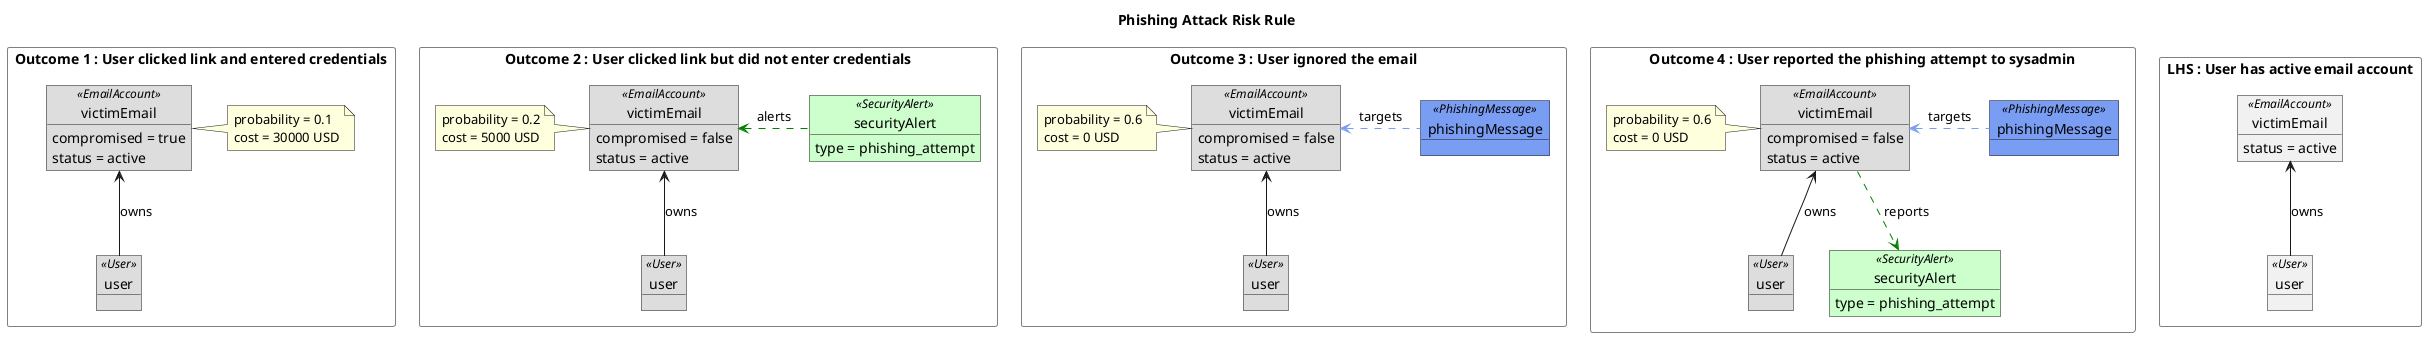
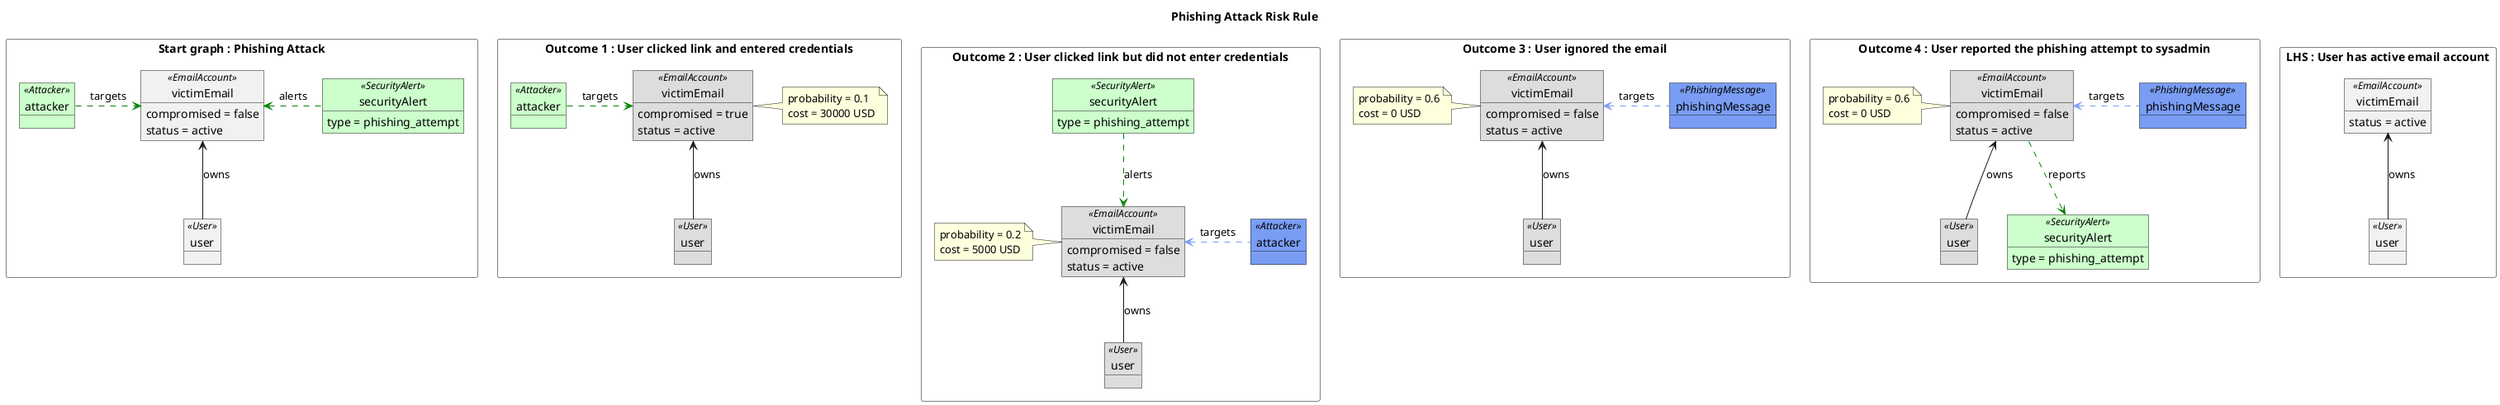
@startuml
title "Phishing Attack Risk Rule"


rectangle "LHS : User has active email account" as LHS_BOX #line:gray {

  object "user" as user_lhs <<User>>
  object "victimEmail" as victimEmail_lhs  <<EmailAccount>> {
    status = active
  }

  user_lhs -up-> victimEmail_lhs : owns

}

+ rectangle "Start graph : Phishing Attack" as START_GRAPH_BOX #line:gray {
+ 
+   object "user" as user_start <<User>>
+   object "victimEmail" as victimEmail_start  <<EmailAccount>> {
+     compromised = false
+     status = active
+   }
+   object "securityAlert" as securityAlert_start <<SecurityAlert>> #ccffcc {
+     type = phishing_attempt
+   }
+ 
+   object "attacker" as attacker_start <<Attacker>> #ccffcc
+ 
+   user_start -up-> victimEmail_start : owns
+   securityAlert_start -.[#Green]left.-> victimEmail_start : alerts
+   attacker_start -.[#Green]right.-> victimEmail_start : targets
+ 
+ }
+ 
rectangle "Outcome 1 : User clicked link and entered credentials" as OUTCOME_BOX_1 #line:gray {

  object "user" as user1 <<User>> #dddddd
  object "victimEmail" as victimEmail1 <<EmailAccount>> #dddddd {
    compromised = true
    status = active
  }
- 
+   object "attacker" as attacker1 <<Attacker>> #ccffcc
+   attacker1 -.[#Green]right.-> victimEmail1 : targets
  user1 -up-> victimEmail1 : owns
  note right of victimEmail1
    probability = 0.1
    cost = 30000 USD
  end note

}

rectangle "Outcome 2 : User clicked link but did not enter credentials" as OUTCOME_BOX_2 #line:gray {

  object "user" as user2 <<User>> #dddddd
  object "victimEmail" as victimEmail2 <<EmailAccount>> #dddddd {
    compromised = false
    status = active
  }

  object "securityAlert" as securityAlert2 <<SecurityAlert>> #ccffcc {
    type = phishing_attempt
  }

+   object "attacker" as attacker2 <<Attacker>> #7a9df4
  user2 -up-> victimEmail2 : owns
-   securityAlert2 -.[#Green]left.-> victimEmail2 : alerts
+   securityAlert2 .[#Green]down.> victimEmail2 : alerts
+   attacker2 .[#7a9df4]left.> victimEmail2 : targets
  note left of victimEmail2
    probability = 0.2
    cost = 5000 USD
  end note

}

rectangle "Outcome 3 : User ignored the email" as OUTCOME_BOX_3 #line:gray {

  object "user" as user3 <<User>> #dddddd
  object "victimEmail" as victimEmail3 <<EmailAccount>> #dddddd {
    compromised = false
    status = active
  }
  object "phishingMessage" as phishingMessage3 <<PhishingMessage>> #7a9df4
  user3 -up-> victimEmail3 : owns
  phishingMessage3 -.[#7a9df4]left.-> victimEmail3 : targets
  note left of victimEmail3
    probability = 0.6
    cost = 0 USD
  end note

}

rectangle "Outcome 4 : User reported the phishing attempt to sysadmin" as OUTCOME_BOX_4 #line:gray {

  object "user" as user4 <<User>> #dddddd
  object "victimEmail" as victimEmail4 <<EmailAccount>> #dddddd {
    compromised = false
    status = active
  }
  object "phishingMessage" as phishingMessage4 <<PhishingMessage>> #7a9df4
  object "securityAlert" as securityAlert4 <<SecurityAlert>> #ccffcc {
   type = phishing_attempt
  }

- 
- 
  user4 -up-> victimEmail4 : owns
  phishingMessage4 -.[#7a9df4]left.-> victimEmail4 : targets
  victimEmail4 .[#Green]down.> securityAlert4 : reports
  note left of victimEmail4
    probability = 0.6
    cost = 0 USD
  end note

}
@enduml